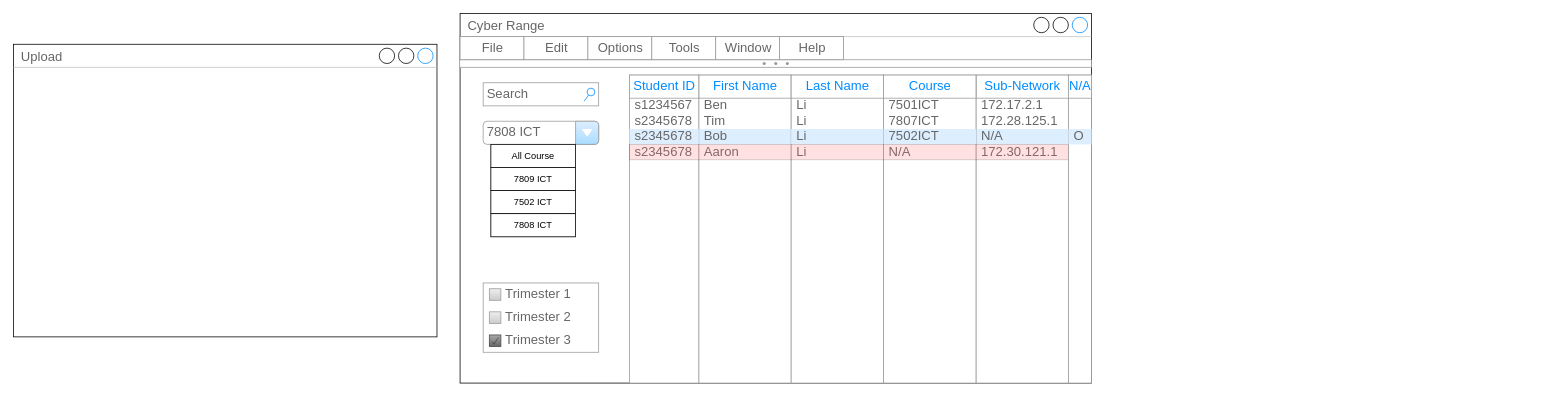
This is page "UI Design" (4 of 4) of Project_Plan.drawio from pleycothh/Csharp_Learning_Note, a draw.io file, before an edit. Source tidied: cells renumbered, new cells numbered last; positions are measured from the earlier drawing's top-left corner, leaving out a move shared by most shapes. Both pictures are drawn from the tidied source at 77%, with x=0, y=0 at pixel (13, 13).
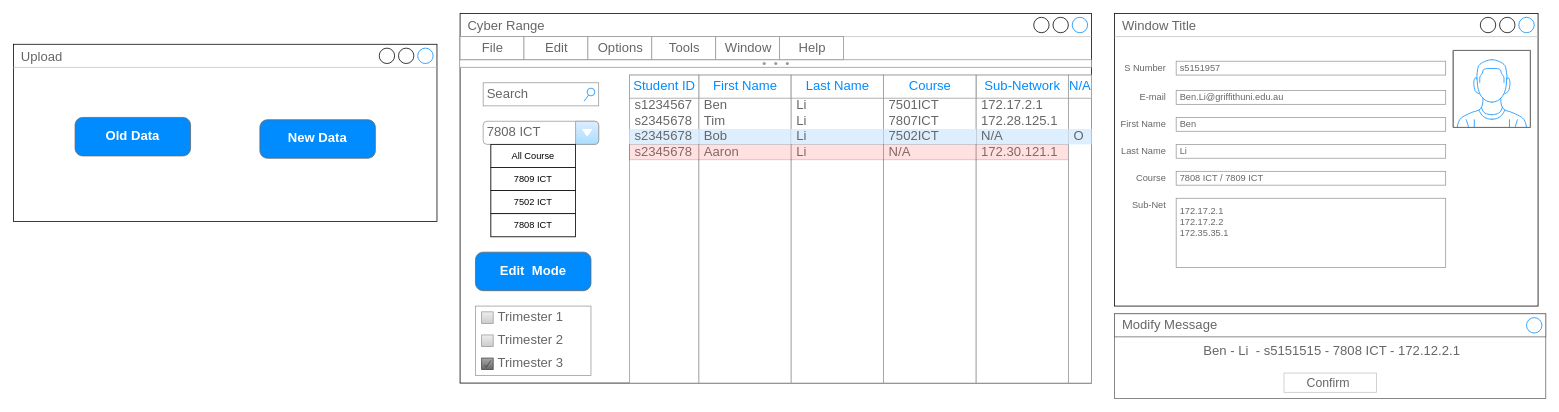
After the change.

Diff of the diagram source:
```diff
@@
     <mxCell id="49" style="strokeWidth=1;shadow=0;dashed=0;align=center;html=1;shape=mxgraph.mockup.forms.rrect;rSize=0;strokeColor=#999999;fillColor=#ffffff;" parent="1" vertex="1">
-      <mxGeometry x="610" y="350" width="150" height="90" as="geometry" />
+      <mxGeometry x="600" y="380" width="150" height="90" as="geometry" />
     </mxCell>
@@
     <mxCell id="54" value="Upload&amp;nbsp;" style="strokeWidth=1;shadow=0;dashed=0;align=center;html=1;shape=mxgraph.mockup.containers.window;align=left;verticalAlign=top;spacingLeft=8;strokeColor2=#008cff;strokeColor3=#c4c4c4;fontColor=#666666;mainText=;fontSize=17;labelBackgroundColor=none;" parent="1" vertex="1">
-      <mxGeometry y="40" width="550" height="380" as="geometry" />
+      <mxGeometry y="40" width="550" height="230" as="geometry" />
     </mxCell>
@@
+    <mxCell id="60" value="Edit &amp;nbsp;Mode" style="strokeWidth=1;shadow=0;dashed=0;align=center;html=1;shape=mxgraph.mockup.buttons.button;strokeColor=#666666;fontColor=#ffffff;mainText=;buttonStyle=round;fontSize=17;fontStyle=1;fillColor=#008cff;whiteSpace=wrap;" parent="1" vertex="1">
+      <mxGeometry x="600" y="310" width="150" height="50" as="geometry" />
+    </mxCell>
@@
+    <mxCell id="61" value="Window Title" style="strokeWidth=1;shadow=0;dashed=0;align=center;html=1;shape=mxgraph.mockup.containers.window;align=left;verticalAlign=top;spacingLeft=8;strokeColor2=#008cff;strokeColor3=#c4c4c4;fontColor=#666666;mainText=;fontSize=17;labelBackgroundColor=none;" parent="1" vertex="1">
+      <mxGeometry x="1430" width="550" height="380" as="geometry" />
+    </mxCell>
+    <mxCell id="62" value="&amp;nbsp;Ben - Li &amp;nbsp;- s5151515 - 7808 ICT - 172.12.2.1" style="strokeWidth=1;shadow=0;dashed=0;align=center;html=1;shape=mxgraph.mockup.containers.rrect;rSize=0;strokeColor=#666666;fontColor=#666666;fontSize=17;verticalAlign=top;whiteSpace=wrap;fillColor=#ffffff;spacingTop=32;" parent="1" vertex="1">
+      <mxGeometry x="1430" y="390" width="560" height="110" as="geometry" />
+    </mxCell>
+    <mxCell id="63" value="Modify Message" style="strokeWidth=1;shadow=0;dashed=0;align=center;html=1;shape=mxgraph.mockup.containers.rrect;rSize=0;fontSize=17;fontColor=#666666;strokeColor=#666666;align=left;spacingLeft=8;fillColor=#ffffff;" parent="62" vertex="1">
+      <mxGeometry width="560" height="30" relative="1" as="geometry" />
+    </mxCell>
+    <mxCell id="64" style="shape=ellipse;strokeColor=#008cff;fillColor=none;html=1;" parent="63" vertex="1">
+      <mxGeometry x="1" y="0.5" width="20" height="20" relative="1" as="geometry">
+        <mxPoint x="-25" y="-10" as="offset" />
+      </mxGeometry>
+    </mxCell>
+    <mxCell id="65" value="Confirm&amp;nbsp;" style="strokeWidth=1;shadow=0;dashed=0;align=center;html=1;shape=mxgraph.mockup.containers.rrect;rSize=0;fontSize=16;fontColor=#666666;strokeColor=#c4c4c4;whiteSpace=wrap;fillColor=#ffffff;" parent="62" vertex="1">
+      <mxGeometry x="0.5" y="1" width="120" height="25" relative="1" as="geometry">
+        <mxPoint x="-60" y="-33" as="offset" />
+      </mxGeometry>
+    </mxCell>
+    <mxCell id="66" style="verticalLabelPosition=bottom;shadow=0;dashed=0;align=center;html=1;verticalAlign=top;strokeWidth=1;shape=mxgraph.mockup.containers.userMale;strokeColor=#666666;strokeColor2=#008cff;" parent="1" vertex="1">
+      <mxGeometry x="1870" y="48" width="100" height="100" as="geometry" />
+    </mxCell>
+    <mxCell id="67" value="E-mail" style="strokeWidth=1;shadow=0;dashed=0;align=center;html=1;shape=mxgraph.mockup.forms.anchor;align=right;spacingRight=2;fontColor=#666666;" parent="1" vertex="1">
+      <mxGeometry x="1450" y="100" width="50" height="18" as="geometry" />
+    </mxCell>
+    <mxCell id="68" value="Ben.Li@griffithuni.edu.au" style="strokeWidth=1;shadow=0;dashed=0;align=center;html=1;shape=mxgraph.mockup.forms.rrect;fillColor=#ffffff;rSize=0;fontColor=#666666;align=left;spacingLeft=3;strokeColor=#999999;" parent="1" vertex="1">
+      <mxGeometry x="1510" y="100" width="350" height="18" as="geometry" />
+    </mxCell>
+    <mxCell id="69" value="First Name" style="strokeWidth=1;shadow=0;dashed=0;align=center;html=1;shape=mxgraph.mockup.forms.anchor;align=right;spacingRight=2;fontColor=#666666;" parent="1" vertex="1">
+      <mxGeometry x="1450" y="135" width="50" height="18" as="geometry" />
+    </mxCell>
+    <mxCell id="70" value="Ben" style="strokeWidth=1;shadow=0;dashed=0;align=center;html=1;shape=mxgraph.mockup.forms.rrect;fillColor=#ffffff;rSize=0;fontColor=#666666;align=left;spacingLeft=3;strokeColor=#999999;" parent="1" vertex="1">
+      <mxGeometry x="1510" y="135" width="350" height="18" as="geometry" />
+    </mxCell>
+    <mxCell id="71" value="Last Name" style="strokeWidth=1;shadow=0;dashed=0;align=center;html=1;shape=mxgraph.mockup.forms.anchor;align=right;spacingRight=2;fontColor=#666666;" parent="1" vertex="1">
+      <mxGeometry x="1450" y="170" width="50" height="18" as="geometry" />
+    </mxCell>
+    <mxCell id="72" value="Li" style="strokeWidth=1;shadow=0;dashed=0;align=center;html=1;shape=mxgraph.mockup.forms.rrect;fillColor=#ffffff;rSize=0;fontColor=#666666;align=left;spacingLeft=3;strokeColor=#999999;" parent="1" vertex="1">
+      <mxGeometry x="1510" y="170" width="350" height="18" as="geometry" />
+    </mxCell>
+    <mxCell id="73" value="Course" style="strokeWidth=1;shadow=0;dashed=0;align=center;html=1;shape=mxgraph.mockup.forms.anchor;align=right;spacingRight=2;fontColor=#666666;" parent="1" vertex="1">
+      <mxGeometry x="1450" y="205" width="50" height="18" as="geometry" />
+    </mxCell>
+    <mxCell id="74" value="7808 ICT / 7809 ICT" style="strokeWidth=1;shadow=0;dashed=0;align=center;html=1;shape=mxgraph.mockup.forms.rrect;fillColor=#ffffff;rSize=0;fontColor=#666666;align=left;spacingLeft=3;strokeColor=#999999;" parent="1" vertex="1">
+      <mxGeometry x="1510" y="205" width="350" height="18" as="geometry" />
+    </mxCell>
+    <mxCell id="75" value="Sub-Net" style="strokeWidth=1;shadow=0;dashed=0;align=center;html=1;shape=mxgraph.mockup.forms.anchor;align=right;spacingRight=2;fontColor=#666666;" parent="1" vertex="1">
+      <mxGeometry x="1450" y="240" width="50" height="18" as="geometry" />
+    </mxCell>
+    <mxCell id="76" value="172.17.2.1&lt;br&gt;172.17.2.2&lt;br&gt;172.35.35.1&lt;br&gt;&lt;br&gt;&lt;br&gt;" style="strokeWidth=1;shadow=0;dashed=0;align=center;html=1;shape=mxgraph.mockup.forms.rrect;fillColor=#ffffff;rSize=0;fontColor=#666666;align=left;spacingLeft=3;strokeColor=#999999;" parent="1" vertex="1">
+      <mxGeometry x="1510" y="240" width="350" height="90" as="geometry" />
+    </mxCell>
+    <mxCell id="77" value="S Number" style="strokeWidth=1;shadow=0;dashed=0;align=center;html=1;shape=mxgraph.mockup.forms.anchor;align=right;spacingRight=2;fontColor=#666666;" parent="1" vertex="1">
+      <mxGeometry x="1450" y="62" width="50" height="18" as="geometry" />
+    </mxCell>
+    <mxCell id="78" value="s5151957" style="strokeWidth=1;shadow=0;dashed=0;align=center;html=1;shape=mxgraph.mockup.forms.rrect;fillColor=#ffffff;rSize=0;fontColor=#666666;align=left;spacingLeft=3;strokeColor=#999999;" parent="1" vertex="1">
+      <mxGeometry x="1510" y="62" width="350" height="18" as="geometry" />
+    </mxCell>
+    <mxCell id="79" value="Old Data" style="strokeWidth=1;shadow=0;dashed=0;align=center;html=1;shape=mxgraph.mockup.buttons.button;strokeColor=#666666;fontColor=#ffffff;mainText=;buttonStyle=round;fontSize=17;fontStyle=1;fillColor=#008cff;whiteSpace=wrap;" parent="1" vertex="1">
+      <mxGeometry x="80" y="135" width="150" height="50" as="geometry" />
+    </mxCell>
+    <mxCell id="80" value="New Data" style="strokeWidth=1;shadow=0;dashed=0;align=center;html=1;shape=mxgraph.mockup.buttons.button;strokeColor=#666666;fontColor=#ffffff;mainText=;buttonStyle=round;fontSize=17;fontStyle=1;fillColor=#008cff;whiteSpace=wrap;" parent="1" vertex="1">
+      <mxGeometry x="320" y="138" width="150" height="50" as="geometry" />
+    </mxCell>
```
